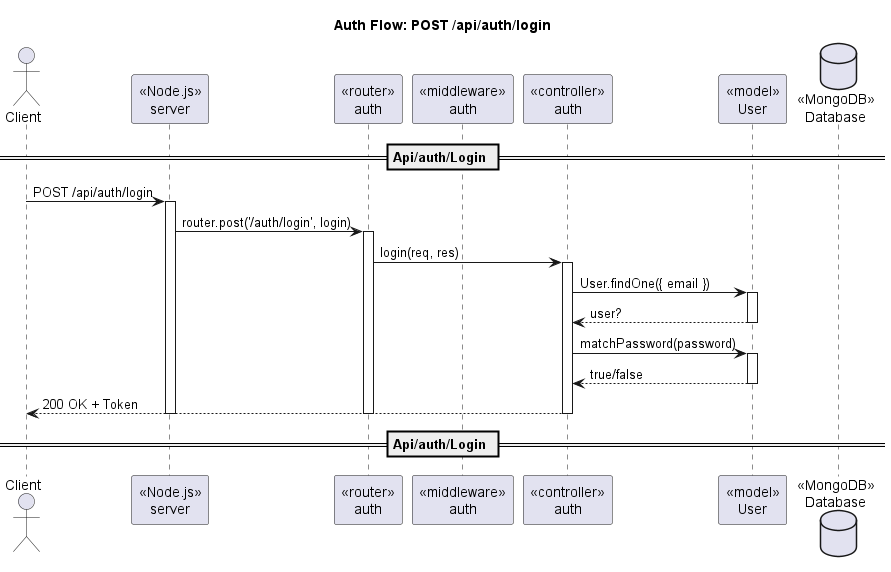
Above: out/docs/diagram/sequence/seq_auth_login_post.png in 098ff/ArtmaybeDEV (PlantUML), before the change.
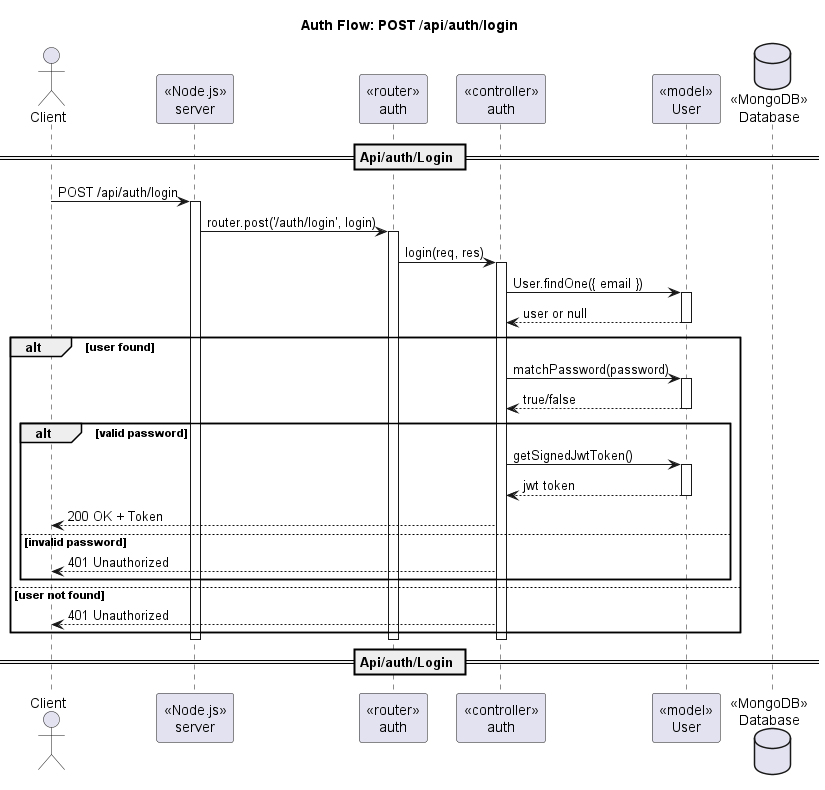
The same file after the commit.

What changed in the source:
```diff
@@ -3,7 +3,6 @@
 actor Client
 participant "«Node.js»\nserver" as Server
 participant "«router»\nauth" as Router
-participant "«middleware»\nauth" as AuthMW
 participant "«controller»\nauth" as Ctrl
 participant "«model»\nUser" as UserModel
 database "«MongoDB»\nDatabase" as DB
@@ -17,13 +16,25 @@
 activate Ctrl
 Ctrl -> UserModel : User.findOne({ email })
 activate UserModel
-UserModel --> Ctrl : user?
+UserModel --> Ctrl : user or null
 deactivate UserModel
-Ctrl -> UserModel : matchPassword(password)
-activate UserModel
-UserModel --> Ctrl : true/false
-deactivate UserModel
-Ctrl --> Client : 200 OK + Token
+alt user found
+  Ctrl -> UserModel : matchPassword(password)
+  activate UserModel
+  UserModel --> Ctrl : true/false
+  deactivate UserModel
+  alt valid password
+    Ctrl -> UserModel : getSignedJwtToken()
+    activate UserModel
+    UserModel --> Ctrl : jwt token
+    deactivate UserModel
+    Ctrl --> Client : 200 OK + Token
+  else invalid password
+    Ctrl --> Client : 401 Unauthorized
+  end
+else user not found
+  Ctrl --> Client : 401 Unauthorized
+end
 deactivate Ctrl
 deactivate Router
 deactivate Server
```
